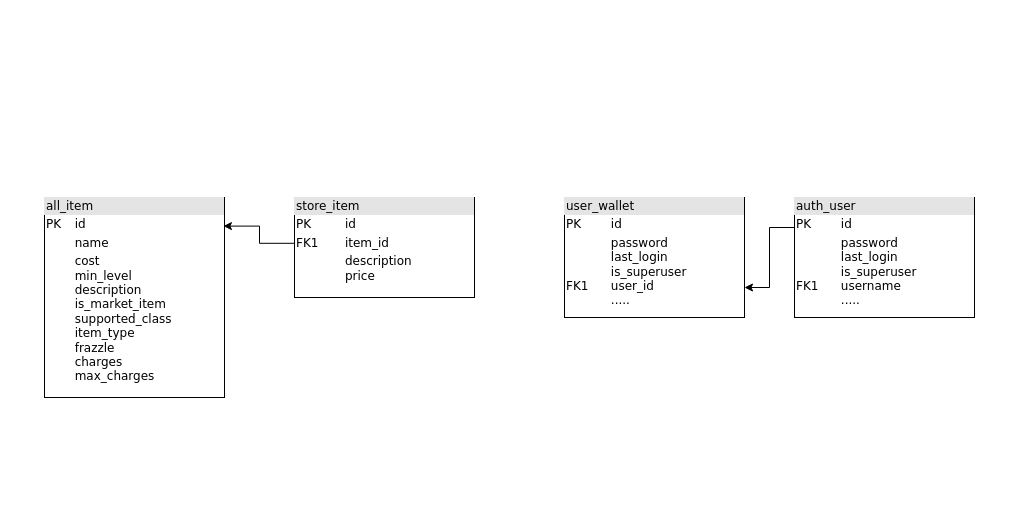
This is UML.drawio from SergeyChagai/Savannah_additional_materials, a draw.io file, before an edit. Source tidied: cells renumbered, new cells numbered last; positions are measured from the earlier drawing's top-left corner, leaving out a move shared by most shapes. Both pictures are drawn from the tidied source at 100%, with x=0, y=0 at pixel (44, 197).
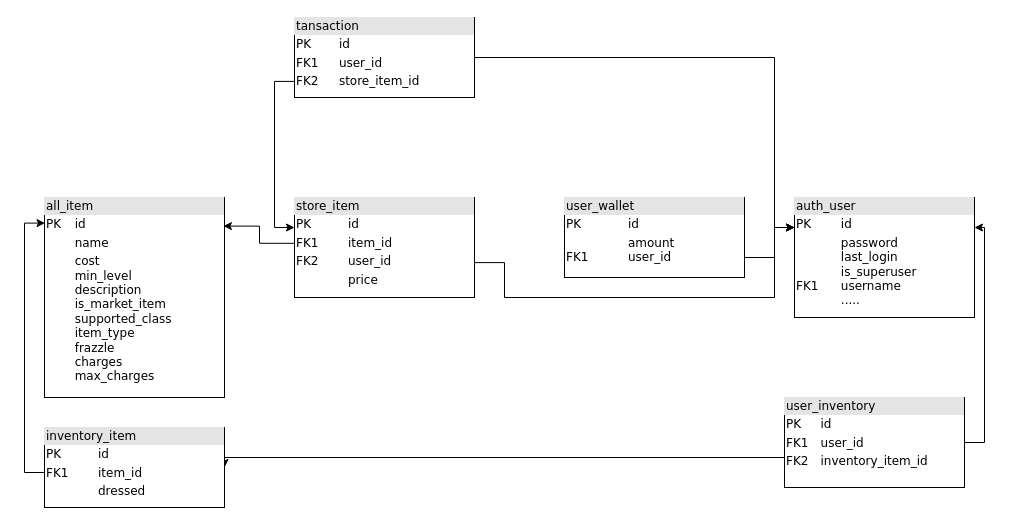
The same page after the edit.

Unchanged cells that the change refers to:
```xml
<mxCell id="2" value="&lt;div style=&quot;box-sizing:border-box;width:100%;background:#e4e4e4;padding:2px;&quot;&gt;all_item&lt;/div&gt;&lt;table style=&quot;width:100%;font-size:1em;&quot; cellpadding=&quot;2&quot; cellspacing=&quot;0&quot;&gt;&lt;tbody&gt;&lt;tr&gt;&lt;td&gt;PK&lt;/td&gt;&lt;td&gt;id&lt;/td&gt;&lt;/tr&gt;&lt;tr&gt;&lt;td&gt;&lt;/td&gt;&lt;td&gt;name&lt;span style=&quot;white-space: pre;&quot;&gt;&#9;&lt;/span&gt;&lt;/td&gt;&lt;/tr&gt;&lt;tr style=&quot;&quot;&gt;&lt;td&gt;&lt;/td&gt;&lt;td&gt;cost&lt;br&gt;min_level&lt;br&gt;description&lt;br&gt;is_market_item&lt;br&gt;supported_class&lt;br&gt;item_type&lt;br&gt;frazzle&lt;br&gt;charges&lt;br&gt;max_charges&lt;/td&gt;&lt;/tr&gt;&lt;/tbody&gt;&lt;/table&gt;" style="verticalAlign=top;align=left;overflow=fill;html=1;rounded=0;shadow=0;comic=0;labelBackgroundColor=none;strokeWidth=1;fontFamily=Verdana;fontSize=12;" parent="1" vertex="1">
  <mxGeometry width="180" height="200" as="geometry" />
</mxCell>
<mxCell id="5" value="&lt;div style=&quot;box-sizing:border-box;width:100%;background:#e4e4e4;padding:2px;&quot;&gt;auth_user&lt;/div&gt;&lt;table style=&quot;width:100%;font-size:1em;&quot; cellpadding=&quot;2&quot; cellspacing=&quot;0&quot;&gt;&lt;tbody&gt;&lt;tr&gt;&lt;td&gt;PK&lt;/td&gt;&lt;td&gt;id&lt;/td&gt;&lt;/tr&gt;&lt;tr&gt;&lt;td&gt;&lt;br&gt;&lt;br&gt;FK1&lt;/td&gt;&lt;td&gt;password&lt;br&gt;last_login&lt;br&gt;is_superuser&lt;br&gt;username&lt;br&gt;.....&lt;/td&gt;&lt;/tr&gt;&lt;tr&gt;&lt;td&gt;&lt;/td&gt;&lt;td&gt;&lt;br&gt;&lt;/td&gt;&lt;/tr&gt;&lt;/tbody&gt;&lt;/table&gt;" style="verticalAlign=top;align=left;overflow=fill;html=1;rounded=0;shadow=0;comic=0;labelBackgroundColor=none;strokeWidth=1;fontFamily=Verdana;fontSize=12;" parent="1" vertex="1">
  <mxGeometry x="750" width="180" height="120" as="geometry" />
</mxCell>
```

Diff of the diagram source:
```diff
@@
+    <mxCell id="8" style="edgeStyle=orthogonalEdgeStyle;rounded=0;jettySize=auto;html=1;entryX=0;entryY=0.25;entryDx=0;entryDy=0;exitX=0.991;exitY=0.651;exitDx=0;exitDy=0;exitPerimeter=0;" parent="1" edge="1" source="3" target="5">
+      <mxGeometry relative="1" as="geometry">
+        <Array as="points">
+          <mxPoint x="460" y="65" />
+          <mxPoint x="460" y="100" />
+          <mxPoint x="730" y="100" />
+          <mxPoint x="730" y="30" />
+        </Array>
+      </mxGeometry>
+    </mxCell>
-    <mxCell id="3" value="&lt;div style=&quot;box-sizing: border-box ; width: 100% ; background: #e4e4e4 ; padding: 2px&quot;&gt;store_item&lt;/div&gt;&lt;table style=&quot;width: 100% ; font-size: 1em&quot; cellpadding=&quot;2&quot; cellspacing=&quot;0&quot;&gt;&lt;tbody&gt;&lt;tr&gt;&lt;td&gt;PK&lt;/td&gt;&lt;td&gt;id&lt;/td&gt;&lt;/tr&gt;&lt;tr&gt;&lt;td&gt;FK1&lt;/td&gt;&lt;td&gt;item_id&lt;span style=&quot;white-space: pre;&quot;&gt;&#9;&lt;/span&gt;&lt;/td&gt;&lt;/tr&gt;&lt;tr&gt;&lt;td&gt;&lt;/td&gt;&lt;td&gt;description&lt;br&gt;price&lt;/td&gt;&lt;/tr&gt;&lt;/tbody&gt;&lt;/table&gt;" style="verticalAlign=top;align=left;overflow=fill;html=1;rounded=0;shadow=0;comic=0;labelBackgroundColor=none;strokeWidth=1;fontFamily=Verdana;fontSize=12;" parent="1" vertex="1">
+    <mxCell id="3" value="&lt;div style=&quot;box-sizing: border-box ; width: 100% ; background: #e4e4e4 ; padding: 2px&quot;&gt;store_item&lt;/div&gt;&lt;table style=&quot;width: 100% ; font-size: 1em&quot; cellpadding=&quot;2&quot; cellspacing=&quot;0&quot;&gt;&lt;tbody&gt;&lt;tr&gt;&lt;td&gt;PK&lt;/td&gt;&lt;td&gt;id&lt;/td&gt;&lt;/tr&gt;&lt;tr&gt;&lt;td&gt;FK1&lt;/td&gt;&lt;td&gt;item_id&lt;span style=&quot;white-space: pre;&quot;&gt;&#9;&lt;/span&gt;&lt;/td&gt;&lt;/tr&gt;&lt;tr&gt;&lt;td&gt;FK2&lt;/td&gt;&lt;td&gt;user_id&lt;br&gt;&lt;/td&gt;&lt;/tr&gt;&lt;tr&gt;&lt;td&gt;&lt;br&gt;&lt;/td&gt;&lt;td&gt;price&lt;/td&gt;&lt;/tr&gt;&lt;/tbody&gt;&lt;/table&gt;" style="verticalAlign=top;align=left;overflow=fill;html=1;rounded=0;shadow=0;comic=0;labelBackgroundColor=none;strokeWidth=1;fontFamily=Verdana;fontSize=12;" parent="1" vertex="1">
       <mxGeometry x="250" width="180" height="100" as="geometry" />
     </mxCell>
-    <mxCell id="4" style="edgeStyle=orthogonalEdgeStyle;rounded=0;jettySize=auto;html=1;entryX=1;entryY=0.75;entryDx=0;entryDy=0;exitX=0;exitY=0.25;exitDx=0;exitDy=0;" parent="1" edge="1" source="5" target="7">
-      <mxGeometry relative="1" as="geometry" />
-    </mxCell>
@@
+    <mxCell id="9" style="edgeStyle=orthogonalEdgeStyle;rounded=0;jettySize=auto;html=1;entryX=0;entryY=0.25;entryDx=0;entryDy=0;" parent="1" edge="1" source="7" target="5">
+      <mxGeometry relative="1" as="geometry">
+        <Array as="points">
+          <mxPoint x="730" y="60" />
+          <mxPoint x="730" y="30" />
+        </Array>
+      </mxGeometry>
+    </mxCell>
-    <mxCell id="7" value="&lt;div style=&quot;box-sizing:border-box;width:100%;background:#e4e4e4;padding:2px;&quot;&gt;user_wallet&lt;/div&gt;&lt;table style=&quot;width:100%;font-size:1em;&quot; cellpadding=&quot;2&quot; cellspacing=&quot;0&quot;&gt;&lt;tbody&gt;&lt;tr&gt;&lt;td&gt;PK&lt;/td&gt;&lt;td&gt;id&lt;/td&gt;&lt;/tr&gt;&lt;tr&gt;&lt;td&gt;&lt;br&gt;&lt;br&gt;FK1&lt;/td&gt;&lt;td&gt;password&lt;br&gt;last_login&lt;br&gt;is_superuser&lt;br&gt;user_id&lt;br&gt;.....&lt;/td&gt;&lt;/tr&gt;&lt;tr&gt;&lt;td&gt;&lt;/td&gt;&lt;td&gt;&lt;br&gt;&lt;/td&gt;&lt;/tr&gt;&lt;/tbody&gt;&lt;/table&gt;" style="verticalAlign=top;align=left;overflow=fill;html=1;rounded=0;shadow=0;comic=0;labelBackgroundColor=none;strokeWidth=1;fontFamily=Verdana;fontSize=12;" parent="1" vertex="1">
-      <mxGeometry x="520" width="180" height="120" as="geometry" />
+    <mxCell id="7" value="&lt;div style=&quot;box-sizing:border-box;width:100%;background:#e4e4e4;padding:2px;&quot;&gt;user_wallet&lt;/div&gt;&lt;table style=&quot;width:100%;font-size:1em;&quot; cellpadding=&quot;2&quot; cellspacing=&quot;0&quot;&gt;&lt;tbody&gt;&lt;tr&gt;&lt;td&gt;PK&lt;/td&gt;&lt;td&gt;id&lt;/td&gt;&lt;/tr&gt;&lt;tr&gt;&lt;td&gt;&lt;br&gt;FK1&lt;/td&gt;&lt;td&gt;amount&lt;br&gt;user_id&lt;br&gt;&lt;/td&gt;&lt;/tr&gt;&lt;tr&gt;&lt;td&gt;&lt;/td&gt;&lt;td&gt;&lt;br&gt;&lt;/td&gt;&lt;/tr&gt;&lt;/tbody&gt;&lt;/table&gt;" style="verticalAlign=top;align=left;overflow=fill;html=1;rounded=0;shadow=0;comic=0;labelBackgroundColor=none;strokeWidth=1;fontFamily=Verdana;fontSize=12;" parent="1" vertex="1">
+      <mxGeometry x="520" width="180" height="80" as="geometry" />
     </mxCell>
+    <mxCell id="10" style="edgeStyle=orthogonalEdgeStyle;rounded=0;jettySize=auto;html=1;entryX=1;entryY=0.5;entryDx=0;entryDy=0;exitX=0;exitY=0.75;exitDx=0;exitDy=0;" parent="1" edge="1" source="12" target="13">
+      <mxGeometry relative="1" as="geometry">
+        <Array as="points">
+          <mxPoint x="740" y="260" />
+        </Array>
+      </mxGeometry>
+    </mxCell>
+    <mxCell id="11" style="edgeStyle=orthogonalEdgeStyle;rounded=0;jettySize=auto;html=1;entryX=1;entryY=0.25;entryDx=0;entryDy=0;exitX=1;exitY=0.5;exitDx=0;exitDy=0;" parent="1" edge="1" source="12" target="5">
+      <mxGeometry relative="1" as="geometry">
+        <Array as="points">
+          <mxPoint x="940" y="245" />
+          <mxPoint x="940" y="30" />
+        </Array>
+      </mxGeometry>
+    </mxCell>
+    <mxCell id="12" value="&lt;div style=&quot;box-sizing:border-box;width:100%;background:#e4e4e4;padding:2px;&quot;&gt;user_inventory&lt;/div&gt;&lt;table style=&quot;width:100%;font-size:1em;&quot; cellpadding=&quot;2&quot; cellspacing=&quot;0&quot;&gt;&lt;tbody&gt;&lt;tr&gt;&lt;td&gt;PK&lt;/td&gt;&lt;td&gt;id&lt;/td&gt;&lt;/tr&gt;&lt;tr&gt;&lt;td&gt;FK1&lt;/td&gt;&lt;td&gt;user_id&lt;/td&gt;&lt;/tr&gt;&lt;tr&gt;&lt;td&gt;FK2&lt;/td&gt;&lt;td&gt;inventory_item_id&lt;/td&gt;&lt;/tr&gt;&lt;/tbody&gt;&lt;/table&gt;" style="verticalAlign=top;align=left;overflow=fill;html=1;rounded=0;shadow=0;comic=0;labelBackgroundColor=none;strokeWidth=1;fontFamily=Verdana;fontSize=12;" parent="1" vertex="1">
+      <mxGeometry x="740" y="200" width="180" height="90" as="geometry" />
+    </mxCell>
+    <mxCell id="13" value="&lt;div style=&quot;box-sizing:border-box;width:100%;background:#e4e4e4;padding:2px;&quot;&gt;inventory_item&lt;/div&gt;&lt;table style=&quot;width:100%;font-size:1em;&quot; cellpadding=&quot;2&quot; cellspacing=&quot;0&quot;&gt;&lt;tbody&gt;&lt;tr&gt;&lt;td&gt;PK&lt;/td&gt;&lt;td&gt;id&lt;/td&gt;&lt;/tr&gt;&lt;tr&gt;&lt;td&gt;FK1&lt;/td&gt;&lt;td&gt;item_id&lt;span style=&quot;white-space: pre;&quot;&gt;&#9;&lt;/span&gt;&lt;/td&gt;&lt;/tr&gt;&lt;tr style=&quot;&quot;&gt;&lt;td&gt;&lt;br&gt;&lt;/td&gt;&lt;td&gt;dressed&lt;/td&gt;&lt;/tr&gt;&lt;/tbody&gt;&lt;/table&gt;" style="verticalAlign=top;align=left;overflow=fill;html=1;rounded=0;shadow=0;comic=0;labelBackgroundColor=none;strokeWidth=1;fontFamily=Verdana;fontSize=12;" parent="1" vertex="1">
+      <mxGeometry y="230" width="180" height="80" as="geometry" />
+    </mxCell>
+    <mxCell id="14" style="edgeStyle=orthogonalEdgeStyle;rounded=0;jettySize=auto;html=1;entryX=0.003;entryY=0.128;entryDx=0;entryDy=0;entryPerimeter=0;exitX=0;exitY=0.75;exitDx=0;exitDy=0;" parent="1" edge="1" source="13" target="2">
+      <mxGeometry relative="1" as="geometry">
+        <Array as="points">
+          <mxPoint x="-20" y="275" />
+          <mxPoint x="-20" y="26" />
+        </Array>
+      </mxGeometry>
+    </mxCell>
+    <mxCell id="15" style="edgeStyle=orthogonalEdgeStyle;rounded=0;jettySize=auto;html=1;entryX=0;entryY=0.25;entryDx=0;entryDy=0;exitX=0.996;exitY=0.446;exitDx=0;exitDy=0;exitPerimeter=0;" parent="1" edge="1" source="16" target="5">
+      <mxGeometry relative="1" as="geometry">
+        <Array as="points">
+          <mxPoint x="429" y="-140" />
+          <mxPoint x="730" y="-140" />
+          <mxPoint x="730" y="30" />
+        </Array>
+      </mxGeometry>
+    </mxCell>
+    <mxCell id="16" value="&lt;div style=&quot;box-sizing: border-box ; width: 100% ; background: #e4e4e4 ; padding: 2px&quot;&gt;tansaction&lt;/div&gt;&lt;table style=&quot;width: 100% ; font-size: 1em&quot; cellpadding=&quot;2&quot; cellspacing=&quot;0&quot;&gt;&lt;tbody&gt;&lt;tr&gt;&lt;td&gt;PK&lt;/td&gt;&lt;td&gt;id&lt;/td&gt;&lt;/tr&gt;&lt;tr&gt;&lt;td&gt;FK1&lt;/td&gt;&lt;td&gt;user_id&lt;span style=&quot;white-space: pre;&quot;&gt;&#9;&lt;/span&gt;&lt;/td&gt;&lt;/tr&gt;&lt;tr&gt;&lt;td&gt;FK2&lt;/td&gt;&lt;td&gt;store_item_id&lt;br&gt;&lt;/td&gt;&lt;/tr&gt;&lt;/tbody&gt;&lt;/table&gt;" style="verticalAlign=top;align=left;overflow=fill;html=1;rounded=0;shadow=0;comic=0;labelBackgroundColor=none;strokeWidth=1;fontFamily=Verdana;fontSize=12;" parent="1" vertex="1">
+      <mxGeometry x="250" y="-180" width="180" height="80" as="geometry" />
+    </mxCell>
+    <mxCell id="17" style="edgeStyle=orthogonalEdgeStyle;rounded=0;jettySize=auto;html=1;entryX=0;entryY=0.3;entryDx=0;entryDy=0;entryPerimeter=0;exitX=-0.001;exitY=0.799;exitDx=0;exitDy=0;exitPerimeter=0;" parent="1" edge="1" source="16" target="3">
+      <mxGeometry relative="1" as="geometry" />
+    </mxCell>
```
